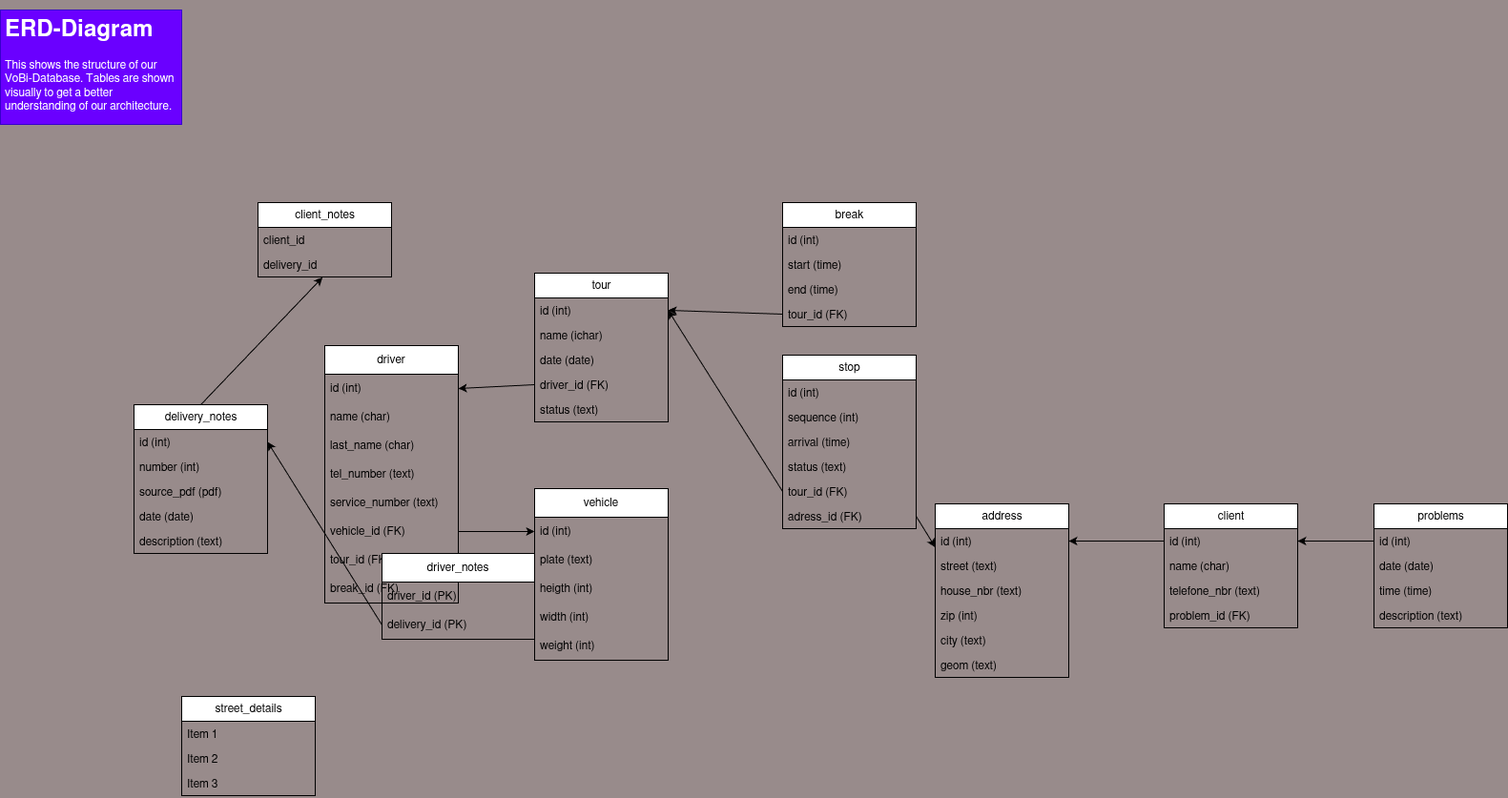
This is docs/database/database_erd.drawio.png from gabrielbindi/VoBi-Tour, a draw.io export, as it was before one commit. Source tidied: cells renumbered, new cells last; positions are measured from the earlier drawing's top-left corner, leaving out a move shared by most shapes.
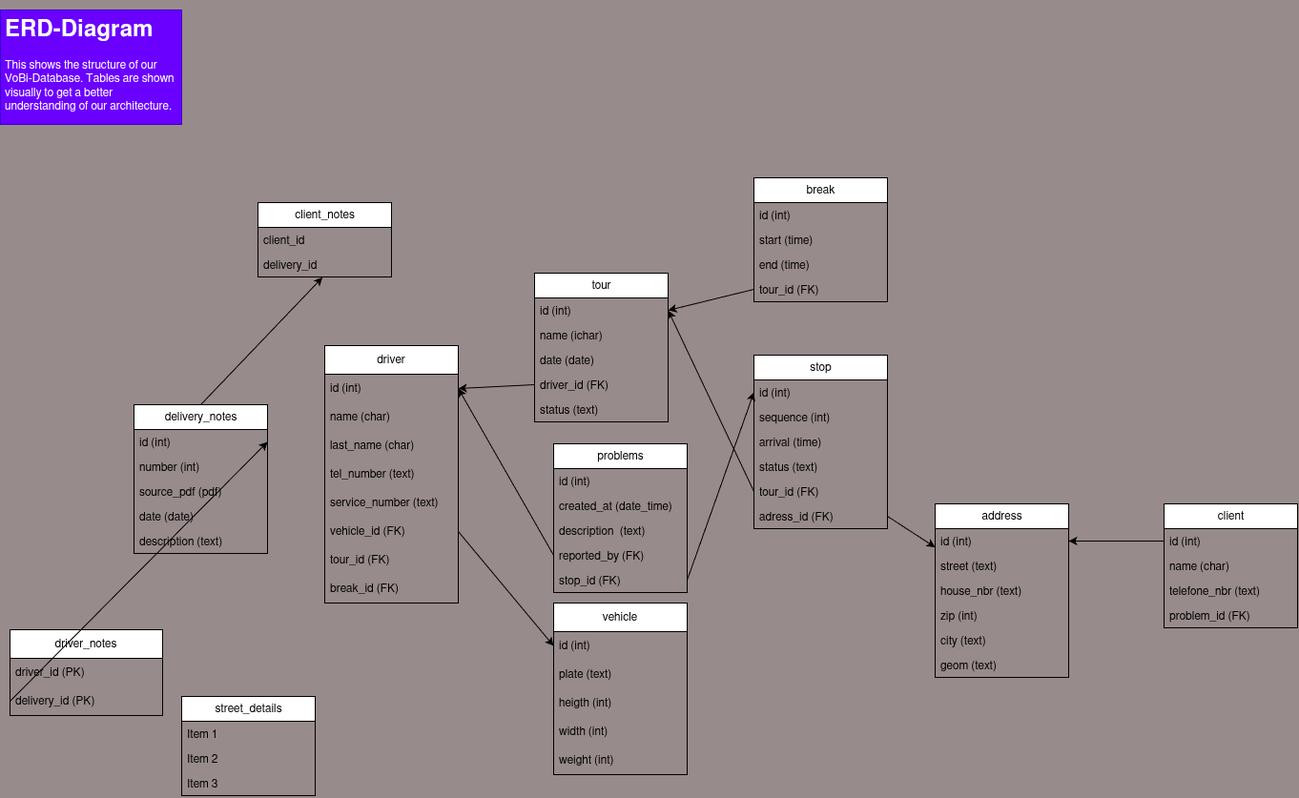
After the change.

Commit message:
#15 almost finished

What changed in the source:
```diff
@@ -6,7 +6,7 @@
       <mxGeometry width="190" height="120" as="geometry" />
     </mxCell>
     <mxCell id="3" value="vehicle" style="swimlane;fontStyle=0;horizontal=1;startSize=30;whiteSpace=wrap;html=1;" parent="1" vertex="1">
-      <mxGeometry x="560" y="502" width="140" height="180" as="geometry" />
+      <mxGeometry x="580" y="622" width="140" height="180" as="geometry" />
     </mxCell>
     <mxCell id="4" value="id (int)" style="text;strokeColor=none;fillColor=none;align=left;verticalAlign=middle;spacingLeft=4;spacingRight=4;overflow=hidden;points=[[0,0.5],[1,0.5]];portConstraint=eastwest;whiteSpace=wrap;html=1;" parent="3" vertex="1">
       <mxGeometry y="30" width="140" height="30" as="geometry" />
@@ -117,7 +117,7 @@
       <mxGeometry y="130" width="140" height="26" as="geometry" />
     </mxCell>
     <mxCell id="40" value="break" style="swimlane;fontStyle=0;horizontal=1;startSize=26;html=1;" parent="1" vertex="1">
-      <mxGeometry x="820" y="202" width="140" height="130" as="geometry" />
+      <mxGeometry x="790" y="176" width="140" height="130" as="geometry" />
     </mxCell>
     <mxCell id="41" value="id (int)" style="text;strokeColor=none;fillColor=none;align=left;verticalAlign=top;spacingLeft=4;spacingRight=4;overflow=hidden;whiteSpace=wrap;html=1;" parent="40" vertex="1">
       <mxGeometry y="26" width="140" height="26" as="geometry" />
@@ -132,19 +132,22 @@
       <mxGeometry y="104" width="140" height="26" as="geometry" />
     </mxCell>
     <mxCell id="45" value="problems" style="swimlane;fontStyle=0;horizontal=1;startSize=26;html=1;" parent="1" vertex="1">
-      <mxGeometry x="1440" y="518" width="140" height="130" as="geometry" />
+      <mxGeometry x="580" y="455" width="140" height="156" as="geometry" />
     </mxCell>
     <mxCell id="46" value="id (int)" style="text;strokeColor=none;fillColor=none;align=left;verticalAlign=top;spacingLeft=4;spacingRight=4;overflow=hidden;points=[[0,0.5],[1,0.5]];portConstraint=eastwest;whiteSpace=wrap;html=1;" parent="45" vertex="1">
       <mxGeometry y="26" width="140" height="26" as="geometry" />
     </mxCell>
-    <mxCell id="47" value="date (date)" style="text;strokeColor=none;fillColor=none;align=left;verticalAlign=top;spacingLeft=4;spacingRight=4;overflow=hidden;whiteSpace=wrap;html=1;" parent="45" vertex="1">
+    <mxCell id="47" value="created_at (date_time)" style="text;strokeColor=none;fillColor=none;align=left;verticalAlign=top;spacingLeft=4;spacingRight=4;overflow=hidden;whiteSpace=wrap;html=1;" parent="45" vertex="1">
       <mxGeometry y="52" width="140" height="26" as="geometry" />
     </mxCell>
+    <mxCell id="78" value="description&amp;nbsp; (text)" style="text;strokeColor=none;fillColor=none;align=left;verticalAlign=top;spacingLeft=4;spacingRight=4;overflow=hidden;whiteSpace=wrap;html=1;" parent="45" vertex="1">
+      <mxGeometry y="78" width="140" height="26" as="geometry" />
+    </mxCell>
-    <mxCell id="48" value="time (time)" style="text;strokeColor=none;fillColor=none;align=left;verticalAlign=top;spacingLeft=4;spacingRight=4;overflow=hidden;points=[[0,0.5],[1,0.5]];portConstraint=eastwest;whiteSpace=wrap;html=1;" parent="45" vertex="1">
-      <mxGeometry y="78" width="140" height="26" as="geometry" />
+    <mxCell id="48" value="reported_by (FK)" style="text;strokeColor=none;fillColor=none;align=left;verticalAlign=top;spacingLeft=4;spacingRight=4;overflow=hidden;points=[[0,0.5],[1,0.5]];portConstraint=eastwest;whiteSpace=wrap;html=1;" parent="45" vertex="1">
+      <mxGeometry y="104" width="140" height="26" as="geometry" />
     </mxCell>
-    <mxCell id="49" value="description (text)" style="text;strokeColor=none;fillColor=none;align=left;verticalAlign=top;spacingLeft=4;spacingRight=4;overflow=hidden;points=[[0,0.5],[1,0.5]];portConstraint=eastwest;whiteSpace=wrap;html=1;" parent="45" vertex="1">
-      <mxGeometry y="104" width="140" height="26" as="geometry" />
+    <mxCell id="49" value="stop_id (FK)" style="text;strokeColor=none;fillColor=none;align=left;verticalAlign=top;spacingLeft=4;spacingRight=4;overflow=hidden;points=[[0,0.5],[1,0.5]];portConstraint=eastwest;whiteSpace=wrap;html=1;" parent="45" vertex="1">
+      <mxGeometry y="130" width="140" height="26" as="geometry" />
     </mxCell>
     <mxCell id="50" value="client_notes" style="swimlane;fontStyle=0;horizontal=1;startSize=26;html=1;" parent="1" vertex="1">
       <mxGeometry x="270" y="202" width="140" height="78" as="geometry" />
@@ -177,7 +180,7 @@
       <mxGeometry y="130" width="140" height="26" as="geometry" />
     </mxCell>
     <mxCell id="60" value="driver_notes" style="swimlane;fontStyle=0;horizontal=1;startSize=30;whiteSpace=wrap;html=1;" parent="1" vertex="1">
-      <mxGeometry x="400" y="570" width="160" height="90" as="geometry" />
+      <mxGeometry x="10" y="650" width="160" height="90" as="geometry" />
     </mxCell>
     <mxCell id="61" value="driver_id (PK)" style="text;strokeColor=none;fillColor=none;align=left;verticalAlign=middle;spacingLeft=4;spacingRight=4;overflow=hidden;whiteSpace=wrap;html=1;" parent="60" vertex="1">
       <mxGeometry y="30" width="160" height="30" as="geometry" />
@@ -192,7 +195,7 @@
       <mxGeometry relative="1" as="geometry" />
     </mxCell>
     <mxCell id="65" value="stop" style="swimlane;fontStyle=0;horizontal=1;startSize=26;html=1;" parent="1" vertex="1">
-      <mxGeometry x="820" y="362" width="140" height="182" as="geometry" />
+      <mxGeometry x="790" y="362" width="140" height="182" as="geometry" />
     </mxCell>
     <mxCell id="66" value="id (int)" style="text;strokeColor=none;fillColor=none;align=left;verticalAlign=top;spacingLeft=4;spacingRight=4;overflow=hidden;points=[[0,0.5],[1,0.5]];portConstraint=eastwest;whiteSpace=wrap;html=1;" parent="65" vertex="1">
       <mxGeometry y="26" width="140" height="26" as="geometry" />
@@ -227,8 +230,11 @@
     <mxCell id="76" style="edgeStyle=none;html=1;exitX=0;exitY=0.5;exitDx=0;exitDy=0;entryX=1;entryY=0.5;entryDx=0;entryDy=0;" parent="1" edge="1" source="19" target="24">
       <mxGeometry relative="1" as="geometry" />
     </mxCell>
-    <mxCell id="77" style="edgeStyle=none;html=1;exitX=0;exitY=0.5;exitDx=0;exitDy=0;entryX=1;entryY=0.5;entryDx=0;entryDy=0;" parent="1" edge="1" source="46" target="19">
-      <mxGeometry relative="1" as="geometry" />
-    </mxCell>
+    <mxCell id="79" style="edgeStyle=none;html=1;exitX=0;exitY=0.5;exitDx=0;exitDy=0;entryX=1;entryY=0.5;entryDx=0;entryDy=0;" parent="1" edge="1" source="48" target="10">
+      <mxGeometry relative="1" as="geometry" />
+    </mxCell>
+    <mxCell id="80" style="edgeStyle=none;html=1;exitX=1;exitY=0.5;exitDx=0;exitDy=0;entryX=0;entryY=0.5;entryDx=0;entryDy=0;" parent="1" edge="1" source="49" target="66">
+      <mxGeometry relative="1" as="geometry" />
+    </mxCell>
   </root>
 </mxGraphModel>
```
